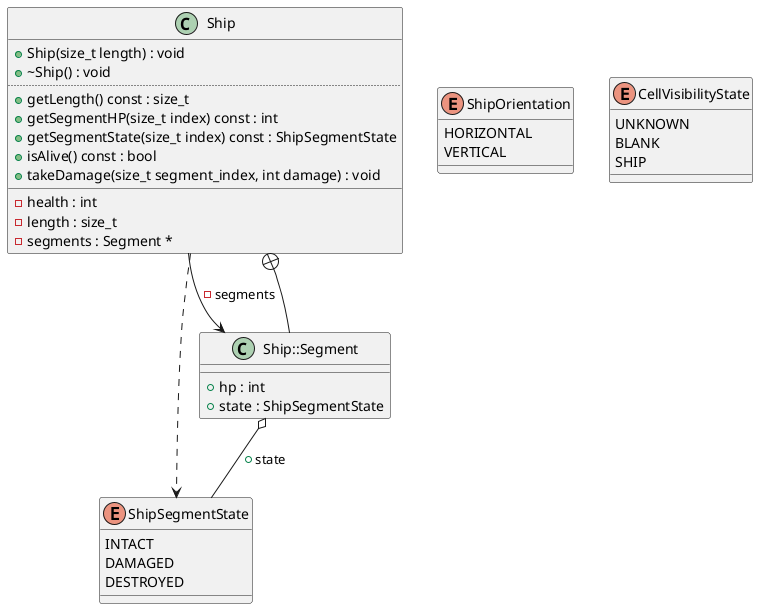
Above: diagrams/Ship.png in Rennelv/ships (PlantUML), before the change.
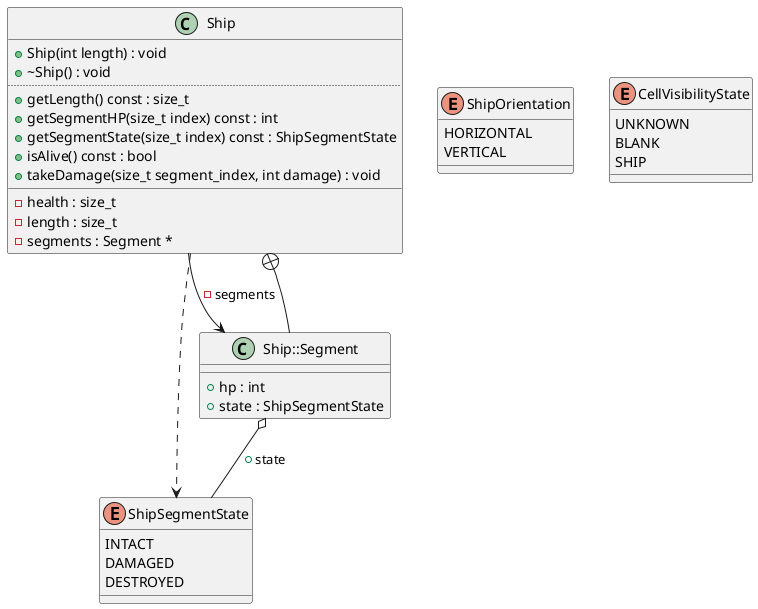
Later version of the same file.

Change to the diagram source:
```diff
@@ -18,7 +18,7 @@
 }
 class "Ship" as C_0014529657433315016423
 class C_0014529657433315016423 {
-+Ship(size_t length) : void
++Ship(int length) : void
 +~Ship() : void
 ..
 +getLength() const : size_t
@@ -27,7 +27,7 @@
 +isAlive() const : bool
 +takeDamage(size_t segment_index, int damage) : void
 __
--health : int
+-health : size_t
 -length : size_t
 -segments : Segment *
 }
```
